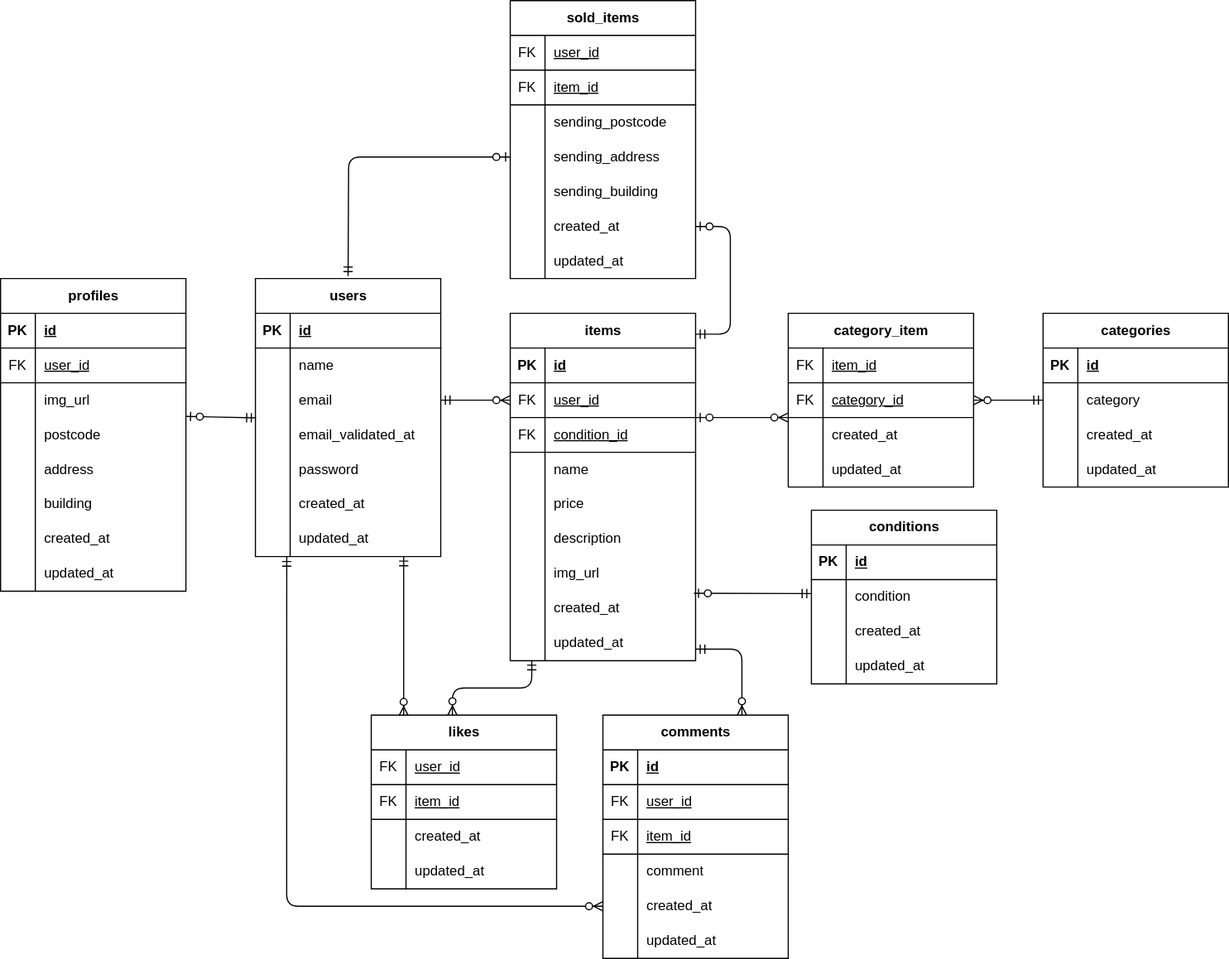
Earlier version of the draw.io export docs/ER.svg (bunta27/free-market-app). Source tidied: cells renumbered, new cells last; positions are measured from the earlier drawing's top-left corner, leaving out a move shared by most shapes.
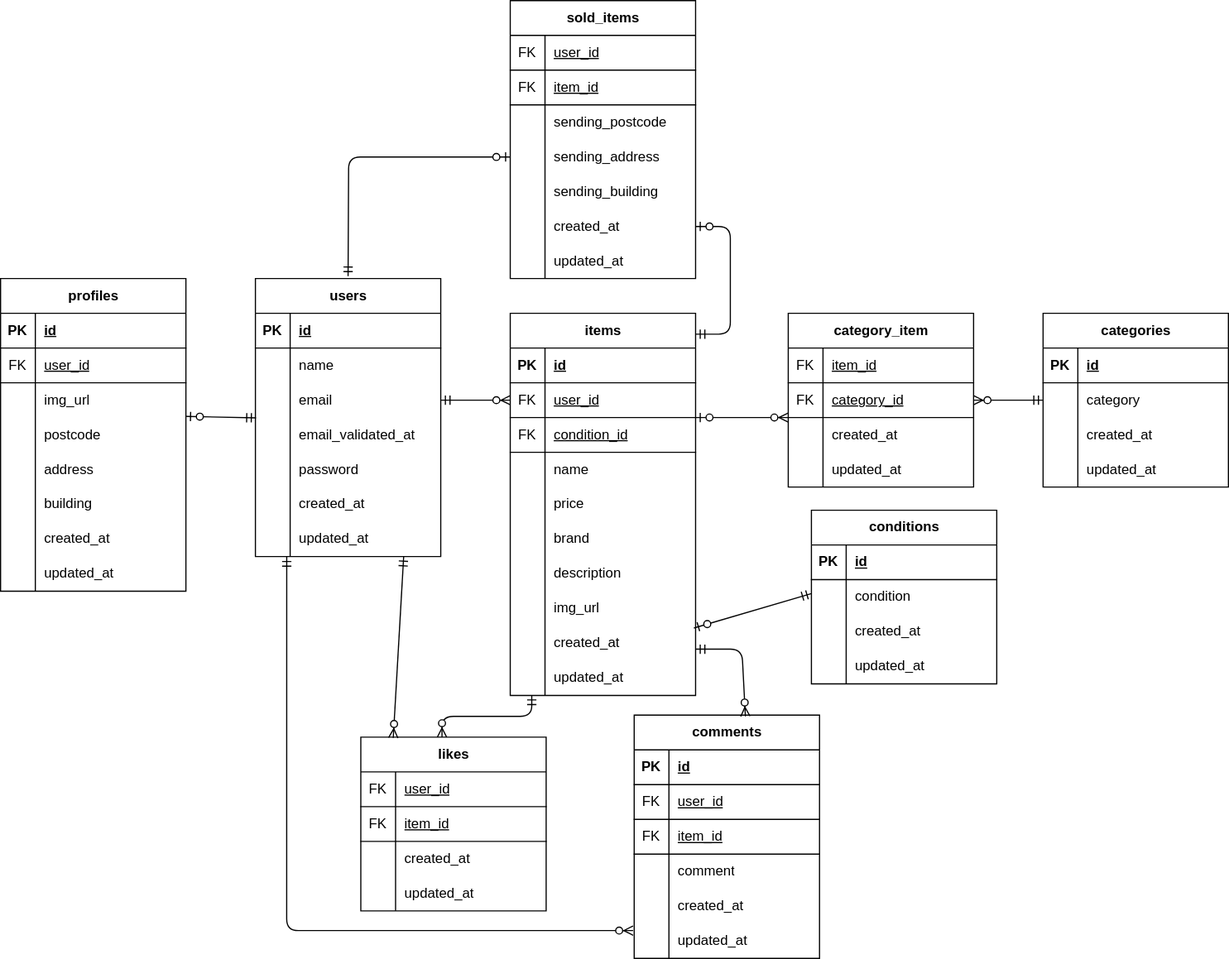
Above is the later version.

Diff of the diagram source:
```diff
@@ -144,7 +144,7 @@
       <mxGeometry x="30" width="130" height="30" as="geometry" />
     </mxCell>
     <mxCell id="49" value="items" style="shape=table;startSize=30;rowLines=0;fontStyle=1;align=center;html=1;" parent="1" vertex="1">
-      <mxGeometry x="440" y="270" width="160" height="300" as="geometry" />
+      <mxGeometry x="440" y="270" width="160" height="330" as="geometry" />
     </mxCell>
     <mxCell id="50" style="shape=tableRow;horizontal=0;startSize=0;swimlaneHead=0;swimlaneBody=0;fillColor=none;top=0;left=0;right=0;bottom=1;" parent="49" vertex="1">
       <mxGeometry y="30" width="160" height="30" as="geometry" />
@@ -191,8 +191,17 @@
     <mxCell id="64" value="price" style="shape=partialRectangle;fillColor=none;top=0;left=0;bottom=0;right=0;align=left;spacingLeft=6;overflow=hidden;whiteSpace=wrap;html=1;" parent="62" vertex="1">
       <mxGeometry x="30" width="130" height="30" as="geometry" />
     </mxCell>
+    <mxCell id="181" style="shape=tableRow;horizontal=0;startSize=0;swimlaneHead=0;swimlaneBody=0;fillColor=none;top=0;left=0;right=0;bottom=0;" parent="49" vertex="1">
+      <mxGeometry y="180" width="160" height="30" as="geometry" />
+    </mxCell>
+    <mxCell id="182" style="shape=partialRectangle;fillColor=none;top=0;left=0;bottom=0;right=0;overflow=hidden;whiteSpace=wrap;html=1;" parent="181" vertex="1">
+      <mxGeometry width="30" height="30" as="geometry" />
+    </mxCell>
+    <mxCell id="183" value="brand" style="shape=partialRectangle;fillColor=none;top=0;left=0;bottom=0;right=0;align=left;spacingLeft=6;overflow=hidden;whiteSpace=wrap;html=1;" parent="181" vertex="1">
+      <mxGeometry x="30" width="130" height="30" as="geometry" />
+    </mxCell>
     <mxCell id="65" style="shape=tableRow;horizontal=0;startSize=0;swimlaneHead=0;swimlaneBody=0;fillColor=none;top=0;left=0;right=0;bottom=0;" parent="49" vertex="1">
-      <mxGeometry y="180" width="160" height="30" as="geometry" />
+      <mxGeometry y="210" width="160" height="30" as="geometry" />
     </mxCell>
     <mxCell id="66" style="shape=partialRectangle;fillColor=none;top=0;left=0;bottom=0;right=0;overflow=hidden;whiteSpace=wrap;html=1;" parent="65" vertex="1">
       <mxGeometry width="30" height="30" as="geometry" />
@@ -201,7 +210,7 @@
       <mxGeometry x="30" width="130" height="30" as="geometry" />
     </mxCell>
     <mxCell id="68" style="shape=tableRow;horizontal=0;startSize=0;swimlaneHead=0;swimlaneBody=0;fillColor=none;top=0;left=0;right=0;bottom=0;" parent="49" vertex="1">
-      <mxGeometry y="210" width="160" height="30" as="geometry" />
+      <mxGeometry y="240" width="160" height="30" as="geometry" />
     </mxCell>
     <mxCell id="69" style="shape=partialRectangle;fillColor=none;top=0;left=0;bottom=0;right=0;overflow=hidden;whiteSpace=wrap;html=1;" parent="68" vertex="1">
       <mxGeometry width="30" height="30" as="geometry" />
@@ -210,7 +219,7 @@
       <mxGeometry x="30" width="130" height="30" as="geometry" />
     </mxCell>
     <mxCell id="71" style="shape=tableRow;horizontal=0;startSize=0;swimlaneHead=0;swimlaneBody=0;fillColor=none;points=[[0,0.5],[1,0.5]];portConstraint=eastwest;top=0;left=0;right=0;bottom=0;" parent="49" vertex="1">
-      <mxGeometry y="240" width="160" height="30" as="geometry" />
+      <mxGeometry y="270" width="160" height="30" as="geometry" />
     </mxCell>
     <mxCell id="72" style="shape=partialRectangle;fillColor=none;top=0;left=0;bottom=0;right=0;overflow=hidden;whiteSpace=wrap;html=1;" parent="71" vertex="1">
       <mxGeometry width="30" height="30" as="geometry" />
@@ -219,7 +228,7 @@
       <mxGeometry x="30" width="130" height="30" as="geometry" />
     </mxCell>
     <mxCell id="74" style="shape=tableRow;horizontal=0;startSize=0;swimlaneHead=0;swimlaneBody=0;fillColor=none;points=[[0,0.5],[1,0.5]];portConstraint=eastwest;top=0;left=0;right=0;bottom=0;" parent="49" vertex="1">
-      <mxGeometry y="270" width="160" height="30" as="geometry" />
+      <mxGeometry y="300" width="160" height="30" as="geometry" />
     </mxCell>
     <mxCell id="75" style="shape=partialRectangle;fillColor=none;top=0;left=0;bottom=0;right=0;overflow=hidden;whiteSpace=wrap;html=1;" parent="74" vertex="1">
       <mxGeometry width="30" height="30" as="geometry" />
@@ -294,7 +303,7 @@
       <mxGeometry x="30" width="130" height="30" as="geometry" />
     </mxCell>
     <mxCell id="99" value="likes" style="shape=table;startSize=30;rowLines=0;fontStyle=1;align=center;html=1;" parent="1" vertex="1">
-      <mxGeometry x="320" y="617" width="160" height="150" as="geometry" />
+      <mxGeometry x="311" y="636" width="160" height="150" as="geometry" />
     </mxCell>
     <mxCell id="100" style="shape=tableRow;horizontal=0;startSize=0;swimlaneHead=0;swimlaneBody=0;fillColor=none;top=0;left=0;right=0;bottom=1;" parent="99" vertex="1">
       <mxGeometry y="30" width="160" height="30" as="geometry" />
@@ -333,7 +342,7 @@
       <mxGeometry x="30" width="130" height="30" as="geometry" />
     </mxCell>
     <mxCell id="112" value="comments" style="shape=table;startSize=30;rowLines=0;fontStyle=1;align=center;html=1;" parent="1" vertex="1">
-      <mxGeometry x="520" y="617" width="160" height="210" as="geometry" />
+      <mxGeometry x="547" y="617" width="160" height="210" as="geometry" />
     </mxCell>
     <mxCell id="113" style="shape=tableRow;horizontal=0;startSize=0;swimlaneHead=0;swimlaneBody=0;fillColor=none;top=0;left=0;right=0;bottom=1;" parent="112" vertex="1">
       <mxGeometry y="30" width="160" height="30" as="geometry" />
@@ -532,7 +541,7 @@
         <mxPoint x="700" y="512" as="sourcePoint" />
       </mxGeometry>
     </mxCell>
-    <mxCell id="176" style="edgeStyle=orthogonalEdgeStyle;fontSize=12;html=1;endArrow=ERzeroToMany;startArrow=ERmandOne;entryX=0;entryY=0.5;entryDx=0;entryDy=0;exitX=0.169;exitY=1.01;exitDx=0;exitDy=0;exitPerimeter=0;" parent="1" edge="1" source="21" target="125">
+    <mxCell id="176" style="edgeStyle=orthogonalEdgeStyle;fontSize=12;html=1;endArrow=ERzeroToMany;startArrow=ERmandOne;exitX=0.169;exitY=1.01;exitDx=0;exitDy=0;exitPerimeter=0;entryX=-0.006;entryY=0.2;entryDx=0;entryDy=0;entryPerimeter=0;" parent="1" edge="1" source="21" target="128">
       <mxGeometry relative="1" as="geometry" />
     </mxCell>
     <mxCell id="177" style="fontSize=12;html=1;endArrow=ERzeroToMany;startArrow=ERmandOne;entryX=0.175;entryY=0.004;entryDx=0;entryDy=0;entryPerimeter=0;" parent="1" edge="1" target="99">
@@ -543,7 +552,7 @@
     <mxCell id="178" style="fontSize=12;html=1;endArrow=ERzeroToMany;startArrow=ERmandOne;exitX=0.116;exitY=0.994;exitDx=0;exitDy=0;entryX=0.438;entryY=0;entryDx=0;entryDy=0;entryPerimeter=0;edgeStyle=orthogonalEdgeStyle;exitPerimeter=0;" parent="1" edge="1" source="74" target="99">
       <mxGeometry relative="1" as="geometry" />
     </mxCell>
-    <mxCell id="179" style="fontSize=12;html=1;endArrow=ERzeroToMany;startArrow=ERmandOne;entryX=0.75;entryY=0;entryDx=0;entryDy=0;" parent="1" edge="1" target="112">
+    <mxCell id="179" style="fontSize=12;html=1;endArrow=ERzeroToMany;startArrow=ERmandOne;entryX=0.6;entryY=0.005;entryDx=0;entryDy=0;entryPerimeter=0;" parent="1" edge="1" target="112">
       <mxGeometry relative="1" as="geometry">
         <mxPoint x="600" y="560" as="sourcePoint" />
         <Array as="points">
```
